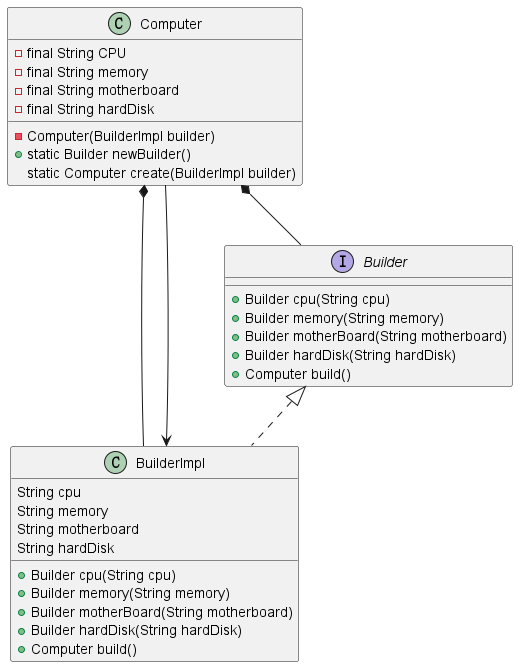
The PlantUML diagram spring-cloud-design-pattern/creation-builder-pattern/src/main/resources/static/demo/current/diagram-demo.png in sunnyzhy/Design-pattern, before a commit.
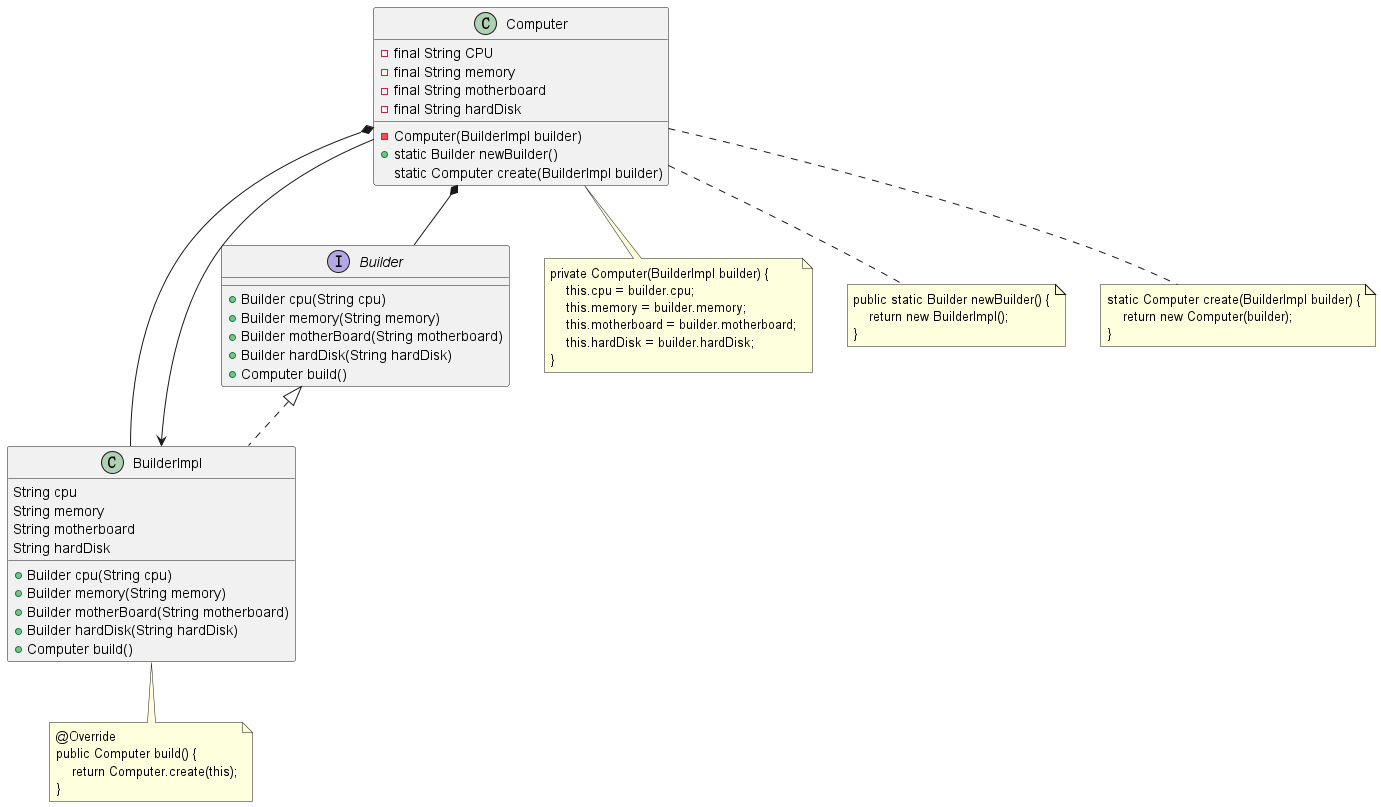
The same file after the commit.

What changed in the source:
```diff
@@ -36,4 +36,37 @@
   +Computer build()
 }
 
+note as N1
+    private Computer(BuilderImpl builder) {
+        this.cpu = builder.cpu;
+        this.memory = builder.memory;
+        this.motherboard = builder.motherboard;
+        this.hardDisk = builder.hardDisk;
+    }
+end note
+
+note as N2
+    public static Builder newBuilder() {
+        return new BuilderImpl();
+    }
+end note
+
+note as N3
+    static Computer create(BuilderImpl builder) {
+        return new Computer(builder);
+    }
+end note
+
+note as M
+    @Override
+    public Computer build() {
+        return Computer.create(this);
+    }
+end note
+
+Computer .. N1
+Computer .. N2
+Computer .. N3
+BuilderImpl .. M
+
 @enduml
```
